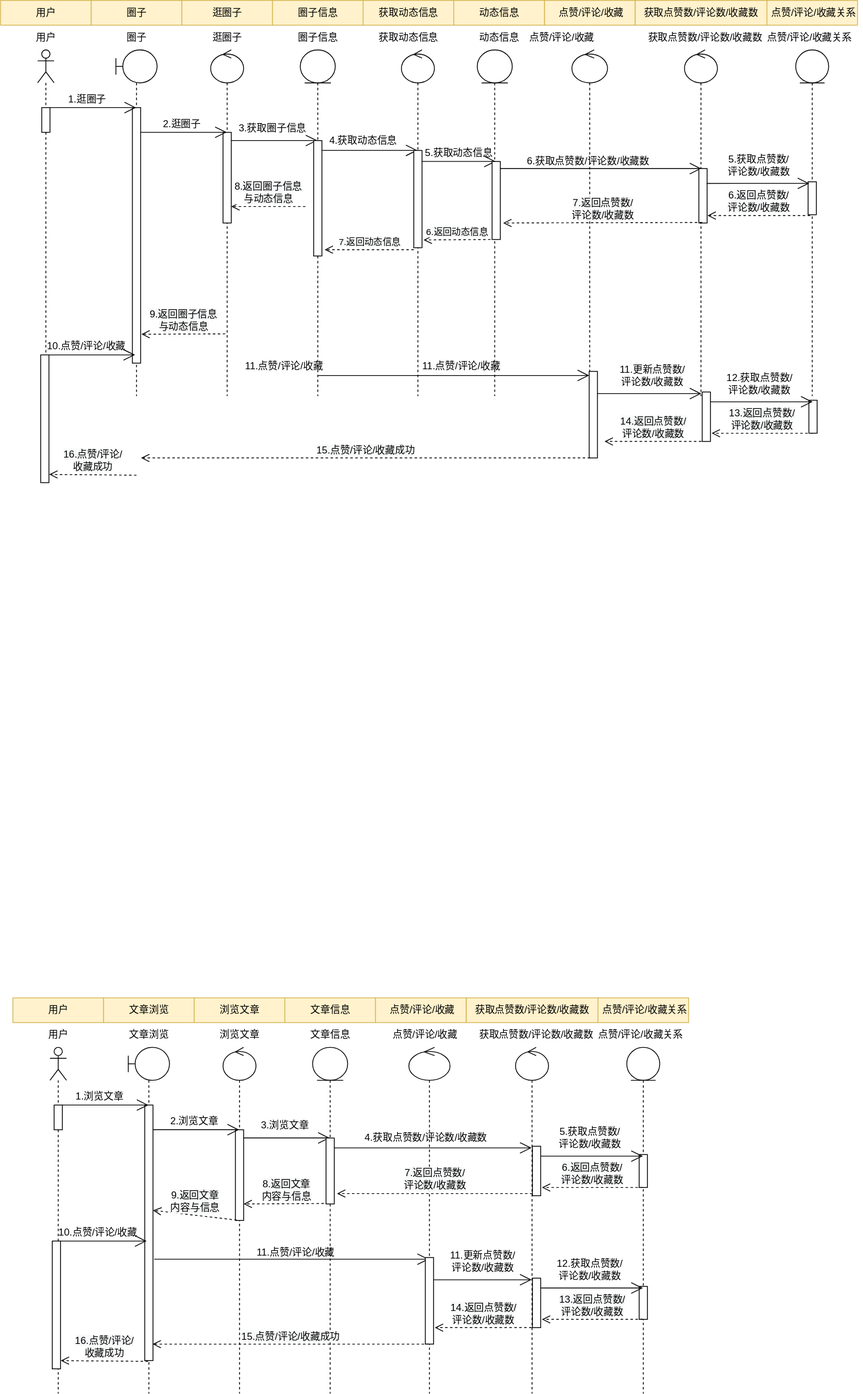
This is 文章浏览序列图.drawio.svg from WuShangMo/SquidGame1, a draw.io export, as it was before one commit. Source tidied: cells renumbered, new cells last; positions are measured from the earlier drawing's top-left corner, leaving out a move shared by most shapes.
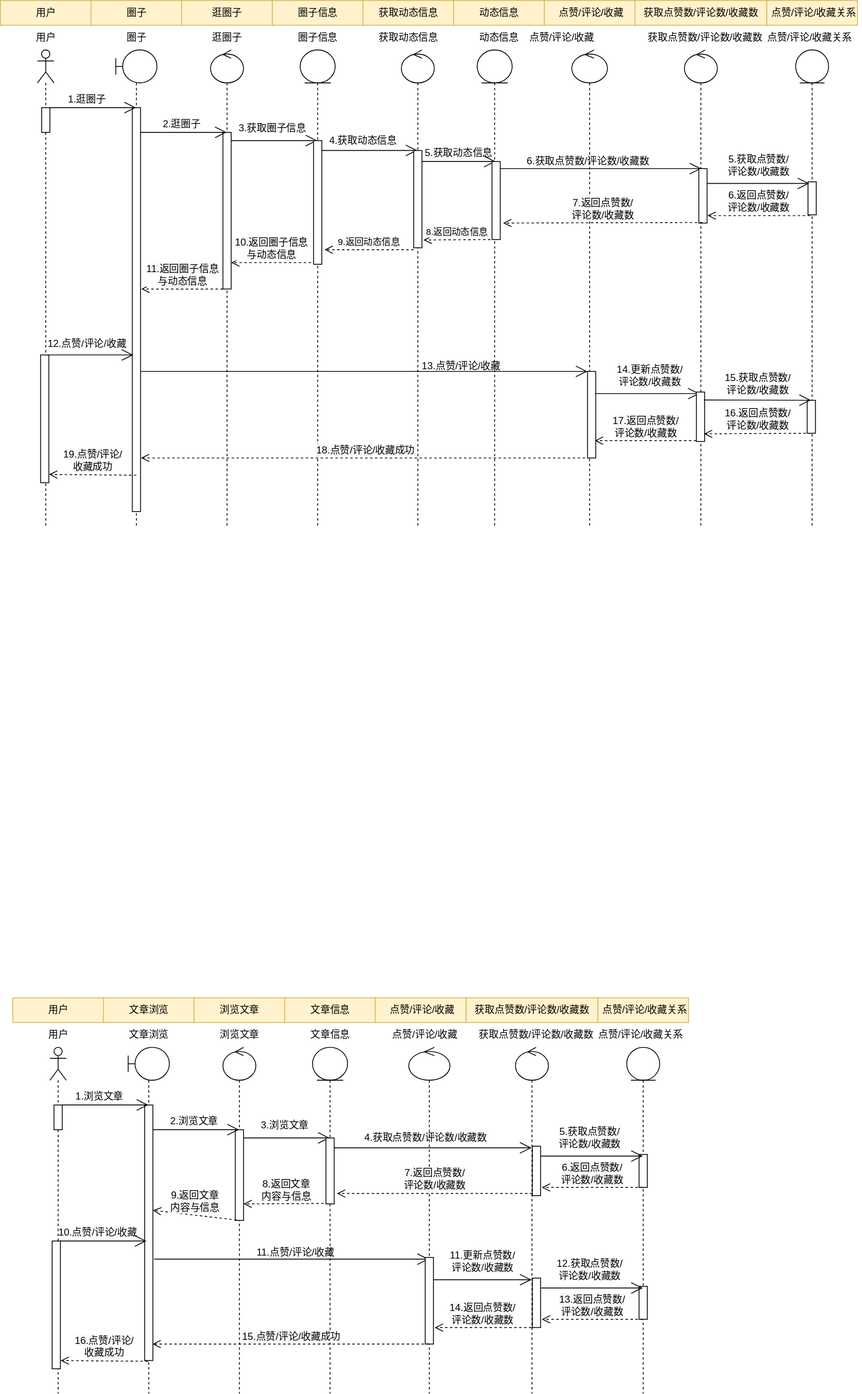
Above is the later version.

Commit message:
更新文章浏览序列图.drawio.svg

Change to the diagram source:
```diff
@@ -24,40 +24,46 @@
       <mxGeometry x="660" width="110" height="30" as="geometry" />
     </mxCell>
     <mxCell id="9" style="shape=umlLifeline;participant=umlBoundary;perimeter=lifelinePerimeter;whiteSpace=wrap;html=1;verticalAlign=top;spacingTop=36;outlineConnect=0;" parent="1" vertex="1">
-      <mxGeometry x="140" y="60" width="50" height="420" as="geometry" />
+      <mxGeometry x="140" y="60" width="50" height="580" as="geometry" />
     </mxCell>
     <mxCell id="10" style="html=1;perimeter=orthogonalPerimeter;" parent="9" vertex="1">
-      <mxGeometry x="20" y="70" width="10" height="310" as="geometry" />
+      <mxGeometry x="20" y="70" width="10" height="490" as="geometry" />
     </mxCell>
     <mxCell id="11" style="shape=umlLifeline;participant=umlControl;perimeter=lifelinePerimeter;whiteSpace=wrap;html=1;verticalAlign=top;spacingTop=36;" parent="1" vertex="1">
-      <mxGeometry x="255" y="60" width="40" height="420" as="geometry" />
+      <mxGeometry x="255" y="60" width="40" height="580" as="geometry" />
     </mxCell>
     <mxCell id="12" style="html=1;perimeter=orthogonalPerimeter;" parent="11" vertex="1">
-      <mxGeometry x="15" y="100" width="10" height="110" as="geometry" />
+      <mxGeometry x="15" y="100" width="10" height="190" as="geometry" />
     </mxCell>
-    <mxCell id="13" value="&lt;span style=&quot;font-size: 12px; background-color: rgb(248, 249, 250);&quot;&gt;8.返回圈子信息&lt;br&gt;与动态信息&lt;br&gt;&lt;/span&gt;" style="html=1;verticalAlign=bottom;endArrow=open;dashed=1;endSize=8;rounded=0;" parent="11" edge="1">
+    <mxCell id="13" value="&lt;span style=&quot;font-size: 12px; background-color: rgb(248, 249, 250);&quot;&gt;10.返回圈子信息&lt;br&gt;与动态信息&lt;br&gt;&lt;/span&gt;" style="html=1;verticalAlign=bottom;endArrow=open;dashed=1;endSize=8;rounded=0;" parent="11" edge="1">
       <mxGeometry relative="1" as="geometry">
-        <mxPoint x="115" y="190" as="sourcePoint" />
-        <mxPoint x="25" y="190" as="targetPoint" />
+        <mxPoint x="122" y="258" as="sourcePoint" />
+        <mxPoint x="25" y="258" as="targetPoint" />
       </mxGeometry>
     </mxCell>
     <mxCell id="14" style="shape=umlLifeline;participant=umlEntity;perimeter=lifelinePerimeter;whiteSpace=wrap;html=1;verticalAlign=top;spacingTop=36;" parent="1" vertex="1">
-      <mxGeometry x="363.8" y="60" width="42.5" height="420" as="geometry" />
+      <mxGeometry x="363.8" y="60" width="42.5" height="580" as="geometry" />
     </mxCell>
     <mxCell id="15" style="shape=umlLifeline;participant=umlControl;perimeter=lifelinePerimeter;whiteSpace=wrap;html=1;verticalAlign=top;spacingTop=36;" parent="1" vertex="1">
-      <mxGeometry x="693.4" y="60" width="43.2" height="420" as="geometry" />
+      <mxGeometry x="693.4" y="60" width="43.2" height="580" as="geometry" />
     </mxCell>
     <mxCell id="16" value="6.获取点赞数/评论数/收藏数" style="text;html=1;align=center;verticalAlign=middle;strokeColor=none;fillColor=none;" parent="15" vertex="1">
       <mxGeometry x="-65.2" y="120" width="170" height="30" as="geometry" />
     </mxCell>
+    <mxCell id="120" value="&lt;span style=&quot;font-size: 12px; background-color: rgb(248, 249, 250);&quot;&gt;17.返回点赞数/&lt;/span&gt;&lt;br style=&quot;font-size: 12px; background-color: rgb(248, 249, 250);&quot;&gt;&lt;span style=&quot;font-size: 12px; background-color: rgb(248, 249, 250);&quot;&gt;评论数/收藏数&lt;/span&gt;" style="html=1;verticalAlign=bottom;endArrow=open;dashed=1;endSize=8;rounded=0;" parent="15" edge="1">
+      <mxGeometry relative="1" as="geometry">
+        <mxPoint x="151.1" y="474" as="sourcePoint" />
+        <mxPoint x="27.9" y="474" as="targetPoint" />
+      </mxGeometry>
+    </mxCell>
     <mxCell id="17" style="shape=umlLifeline;participant=umlEntity;perimeter=lifelinePerimeter;whiteSpace=wrap;html=1;verticalAlign=top;spacingTop=36;" parent="1" vertex="1">
-      <mxGeometry x="965" y="60" width="40" height="420" as="geometry" />
+      <mxGeometry x="965" y="60" width="40" height="580" as="geometry" />
     </mxCell>
     <mxCell id="18" style="html=1;perimeter=orthogonalPerimeter;" parent="17" vertex="1">
       <mxGeometry x="15" y="160" width="10" height="40" as="geometry" />
     </mxCell>
     <mxCell id="19" style="shape=umlLifeline;participant=umlControl;perimeter=lifelinePerimeter;whiteSpace=wrap;html=1;verticalAlign=top;spacingTop=36;" parent="1" vertex="1">
-      <mxGeometry x="830" y="60" width="40" height="420" as="geometry" />
+      <mxGeometry x="830" y="60" width="40" height="580" as="geometry" />
     </mxCell>
     <mxCell id="20" style="endArrow=open;endFill=1;endSize=12;html=1;rounded=0;" parent="19" edge="1" source="103">
       <mxGeometry relative="1" as="geometry">
@@ -83,7 +89,7 @@
       <mxGeometry x="915" y="30" width="130" height="30" as="geometry" />
     </mxCell>
     <mxCell id="27" style="shape=umlLifeline;participant=umlActor;perimeter=lifelinePerimeter;whiteSpace=wrap;html=1;verticalAlign=top;spacingTop=36;" parent="1" vertex="1">
-      <mxGeometry x="45" y="60" width="20" height="420" as="geometry" />
+      <mxGeometry x="45" y="60" width="20" height="580" as="geometry" />
     </mxCell>
     <mxCell id="28" style="html=1;perimeter=orthogonalPerimeter;" parent="27" vertex="1">
       <mxGeometry x="5" y="70" width="10" height="30" as="geometry" />
@@ -118,7 +124,7 @@
       <mxGeometry x="275" y="140" width="110" height="30" as="geometry" />
     </mxCell>
     <mxCell id="36" style="html=1;perimeter=orthogonalPerimeter;" parent="1" vertex="1">
-      <mxGeometry x="380" y="170" width="10" height="140" as="geometry" />
+      <mxGeometry x="380" y="170" width="10" height="150" as="geometry" />
     </mxCell>
     <mxCell id="37" style="endArrow=open;endFill=1;endSize=12;html=1;rounded=0;exitX=1;exitY=0.094;exitDx=0;exitDy=0;exitPerimeter=0;" parent="1" edge="1" target="106">
       <mxGeometry relative="1" as="geometry">
@@ -137,7 +143,7 @@
     <mxCell id="40" value="5.获取点赞数/&lt;br&gt;评论数/收藏数" style="text;html=1;align=center;verticalAlign=middle;strokeColor=none;fillColor=none;" parent="1" vertex="1">
       <mxGeometry x="870" y="180" width="100" height="40" as="geometry" />
     </mxCell>
-    <mxCell id="41" value="&lt;span style=&quot;background-color: rgb(248, 249, 250);&quot;&gt;7.返回动态信息&lt;/span&gt;" style="html=1;verticalAlign=bottom;endArrow=open;dashed=1;endSize=8;rounded=0;entryX=1.333;entryY=0.842;entryDx=0;entryDy=0;entryPerimeter=0;" parent="1" edge="1">
+    <mxCell id="41" value="&lt;span style=&quot;background-color: rgb(248, 249, 250);&quot;&gt;9.返回动态信息&lt;/span&gt;" style="html=1;verticalAlign=bottom;endArrow=open;dashed=1;endSize=8;rounded=0;entryX=1.333;entryY=0.842;entryDx=0;entryDy=0;entryPerimeter=0;" parent="1" edge="1">
       <mxGeometry relative="1" as="geometry">
         <mxPoint x="501.5" y="302.4" as="sourcePoint" />
         <mxPoint x="393.3" y="302.4" as="targetPoint" />
@@ -364,7 +370,7 @@
       <mxGeometry x="570" y="30" width="70" height="30" as="geometry" />
     </mxCell>
     <mxCell id="103" style="shape=umlLifeline;participant=umlEntity;perimeter=lifelinePerimeter;whiteSpace=wrap;html=1;verticalAlign=top;spacingTop=36;outlineConnect=0;" parent="1" vertex="1">
-      <mxGeometry x="578.5" y="60" width="42.5" height="420" as="geometry" />
+      <mxGeometry x="578.5" y="60" width="42.5" height="580" as="geometry" />
     </mxCell>
     <mxCell id="104" style="endArrow=open;endFill=1;endSize=12;html=1;rounded=0;" parent="103" edge="1" source="107">
       <mxGeometry relative="1" as="geometry">
@@ -375,7 +381,7 @@
       <mxGeometry x="18" y="135.4" width="10" height="94.6" as="geometry" />
     </mxCell>
     <mxCell id="106" style="shape=umlLifeline;participant=umlControl;perimeter=lifelinePerimeter;whiteSpace=wrap;html=1;verticalAlign=top;spacingTop=36;outlineConnect=0;" parent="1" vertex="1">
-      <mxGeometry x="486.5" y="60" width="40" height="420" as="geometry" />
+      <mxGeometry x="486.5" y="60" width="40" height="580" as="geometry" />
     </mxCell>
     <mxCell id="107" style="html=1;points=[];perimeter=orthogonalPerimeter;" parent="106" vertex="1">
       <mxGeometry x="15" y="122" width="10" height="118" as="geometry" />
@@ -386,95 +392,78 @@
     <mxCell id="109" value="5.获取动态信息" style="text;html=1;align=center;verticalAlign=middle;strokeColor=none;fillColor=none;" parent="1" vertex="1">
       <mxGeometry x="501" y="170" width="110" height="30" as="geometry" />
     </mxCell>
-    <mxCell id="110" value="&lt;span style=&quot;background-color: rgb(248, 249, 250);&quot;&gt;6.返回动态信息&lt;/span&gt;" style="html=1;verticalAlign=bottom;endArrow=open;dashed=1;endSize=8;rounded=0;entryX=1.188;entryY=0.868;entryDx=0;entryDy=0;entryPerimeter=0;" parent="1" edge="1">
+    <mxCell id="110" value="&lt;span style=&quot;background-color: rgb(248, 249, 250);&quot;&gt;8.返回动态信息&lt;/span&gt;" style="html=1;verticalAlign=bottom;endArrow=open;dashed=1;endSize=8;rounded=0;entryX=1.188;entryY=0.868;entryDx=0;entryDy=0;entryPerimeter=0;" parent="1" edge="1">
       <mxGeometry relative="1" as="geometry">
         <mxPoint x="594.7" y="290" as="sourcePoint" />
         <mxPoint x="513.4" y="290.6" as="targetPoint" />
       </mxGeometry>
     </mxCell>
-    <mxCell id="111" value="11.点赞/评论/收藏" style="text;html=1;align=center;verticalAlign=middle;strokeColor=none;fillColor=none;" parent="1" vertex="1">
-      <mxGeometry x="283.8" y="429" width="120" height="30" as="geometry" />
-    </mxCell>
     <mxCell id="112" style="endArrow=open;endFill=1;endSize=12;html=1;rounded=0;jumpSize=10;" parent="1" edge="1" target="113">
       <mxGeometry relative="1" as="geometry">
-        <mxPoint x="385.4" y="455" as="sourcePoint" />
+        <mxPoint x="170" y="450" as="sourcePoint" />
       </mxGeometry>
     </mxCell>
     <mxCell id="113" style="html=1;points=[];perimeter=orthogonalPerimeter;" parent="1" vertex="1">
-      <mxGeometry x="714.4" y="450" width="10" height="105" as="geometry" />
+      <mxGeometry x="712.4" y="450" width="10" height="105" as="geometry" />
     </mxCell>
     <mxCell id="114" style="html=1;perimeter=orthogonalPerimeter;" parent="1" vertex="1">
-      <mxGeometry x="981" y="485" width="10" height="40" as="geometry" />
+      <mxGeometry x="979" y="485" width="10" height="40" as="geometry" />
     </mxCell>
     <mxCell id="115" style="endArrow=open;endFill=1;endSize=12;html=1;rounded=0;" parent="1" edge="1" source="113">
       <mxGeometry relative="1" as="geometry">
-        <mxPoint x="850.5" y="477" as="targetPoint" />
+        <mxPoint x="848.5" y="477" as="targetPoint" />
       </mxGeometry>
     </mxCell>
     <mxCell id="116" style="html=1;points=[];perimeter=orthogonalPerimeter;" parent="1" vertex="1">
-      <mxGeometry x="851.5" y="475" width="10" height="60" as="geometry" />
+      <mxGeometry x="844.5" y="475" width="10" height="60" as="geometry" />
     </mxCell>
-    <mxCell id="117" style="endArrow=open;endFill=1;endSize=12;html=1;rounded=0;exitX=1;exitY=0.094;exitDx=0;exitDy=0;exitPerimeter=0;" parent="1" edge="1">
+    <mxCell id="117" style="endArrow=open;endFill=1;endSize=12;html=1;rounded=0;exitX=0.914;exitY=0.162;exitDx=0;exitDy=0;exitPerimeter=0;" parent="1" edge="1" source="116">
       <mxGeometry relative="1" as="geometry">
-        <mxPoint x="861.5" y="487" as="sourcePoint" />
-        <mxPoint x="985.5" y="487" as="targetPoint" />
+        <mxPoint x="983.5" y="485" as="targetPoint" />
       </mxGeometry>
     </mxCell>
-    <mxCell id="118" value="12.获取点赞数/&lt;br&gt;评论数/收藏数" style="text;html=1;align=center;verticalAlign=middle;strokeColor=none;fillColor=none;" parent="1" vertex="1">
-      <mxGeometry x="871" y="445" width="100" height="40" as="geometry" />
+    <mxCell id="118" value="15.获取点赞数/&lt;br&gt;评论数/收藏数" style="text;html=1;align=center;verticalAlign=middle;strokeColor=none;fillColor=none;" parent="1" vertex="1">
+      <mxGeometry x="869" y="445" width="100" height="40" as="geometry" />
     </mxCell>
-    <mxCell id="119" value="&lt;span style=&quot;font-size: 12px; background-color: rgb(248, 249, 250);&quot;&gt;13.返回点赞数/&lt;/span&gt;&lt;br style=&quot;font-size: 12px; background-color: rgb(248, 249, 250);&quot;&gt;&lt;span style=&quot;font-size: 12px; background-color: rgb(248, 249, 250);&quot;&gt;评论数/收藏数&lt;/span&gt;" style="html=1;verticalAlign=bottom;endArrow=open;dashed=1;endSize=8;rounded=0;" parent="1" edge="1">
+    <mxCell id="119" value="&lt;span style=&quot;font-size: 12px; background-color: rgb(248, 249, 250);&quot;&gt;16.返回点赞数/&lt;/span&gt;&lt;br style=&quot;font-size: 12px; background-color: rgb(248, 249, 250);&quot;&gt;&lt;span style=&quot;font-size: 12px; background-color: rgb(248, 249, 250);&quot;&gt;评论数/收藏数&lt;/span&gt;" style="html=1;verticalAlign=bottom;endArrow=open;dashed=1;endSize=8;rounded=0;entryX=0.917;entryY=0.846;entryDx=0;entryDy=0;entryPerimeter=0;" parent="1" edge="1" target="116">
       <mxGeometry relative="1" as="geometry">
-        <mxPoint x="985.5" y="525" as="sourcePoint" />
-        <mxPoint x="863" y="525" as="targetPoint" />
+        <mxPoint x="983.5" y="525" as="sourcePoint" />
       </mxGeometry>
     </mxCell>
-    <mxCell id="120" value="&lt;span style=&quot;font-size: 12px; background-color: rgb(248, 249, 250);&quot;&gt;14.返回点赞数/&lt;/span&gt;&lt;br style=&quot;font-size: 12px; background-color: rgb(248, 249, 250);&quot;&gt;&lt;span style=&quot;font-size: 12px; background-color: rgb(248, 249, 250);&quot;&gt;评论数/收藏数&lt;/span&gt;" style="html=1;verticalAlign=bottom;endArrow=open;dashed=1;endSize=8;rounded=0;" parent="1" edge="1">
-      <mxGeometry relative="1" as="geometry">
-        <mxPoint x="850.5" y="535" as="sourcePoint" />
-        <mxPoint x="733" y="535" as="targetPoint" />
-      </mxGeometry>
-    </mxCell>
     <mxCell id="121" value="&lt;span style=&quot;font-size: 12px; background-color: rgb(248, 249, 250);&quot;&gt;6.返回点赞数/&lt;/span&gt;&lt;br style=&quot;font-size: 12px; background-color: rgb(248, 249, 250);&quot;&gt;&lt;span style=&quot;font-size: 12px; background-color: rgb(248, 249, 250);&quot;&gt;评论数/收藏数&lt;/span&gt;" style="html=1;verticalAlign=bottom;endArrow=open;dashed=1;endSize=8;rounded=0;" parent="1" edge="1">
       <mxGeometry relative="1" as="geometry">
         <mxPoint x="982.5" y="261" as="sourcePoint" />
         <mxPoint x="858" y="261" as="targetPoint" />
       </mxGeometry>
     </mxCell>
-    <mxCell id="122" value="&lt;span style=&quot;font-size: 12px; background-color: rgb(248, 249, 250);&quot;&gt;9.返回圈子信息&lt;/span&gt;&lt;br style=&quot;font-size: 12px;&quot;&gt;&lt;span style=&quot;font-size: 12px; background-color: rgb(248, 249, 250);&quot;&gt;与动态信息&lt;/span&gt;" style="html=1;verticalAlign=bottom;endArrow=open;dashed=1;endSize=8;rounded=0;exitX=0.333;exitY=0.992;exitDx=0;exitDy=0;exitPerimeter=0;" parent="1" edge="1">
-      <mxGeometry relative="1" as="geometry">
-        <mxPoint x="272.7" y="404.5" as="sourcePoint" />
-        <mxPoint x="171" y="405" as="targetPoint" />
-      </mxGeometry>
-    </mxCell>
     <mxCell id="123" style="html=1;perimeter=orthogonalPerimeter;" parent="1" vertex="1">
       <mxGeometry x="48.8" y="430" width="10" height="155" as="geometry" />
     </mxCell>
     <mxCell id="124" style="endArrow=open;endFill=1;endSize=12;html=1;rounded=0;" parent="1" edge="1">
       <mxGeometry relative="1" as="geometry">
-        <mxPoint x="58.8" y="430" as="sourcePoint" />
-        <mxPoint x="163.2" y="430" as="targetPoint" />
+        <mxPoint x="56.8" y="430" as="sourcePoint" />
+        <mxPoint x="161.2" y="430" as="targetPoint" />
       </mxGeometry>
     </mxCell>
-    <mxCell id="125" value="10.点赞/评论/收藏" style="text;html=1;align=center;verticalAlign=middle;strokeColor=none;fillColor=none;" parent="1" vertex="1">
-      <mxGeometry x="43.8" y="405" width="120" height="30" as="geometry" />
+    <mxCell id="125" value="12.点赞/评论/收藏" style="text;html=1;align=center;verticalAlign=middle;strokeColor=none;fillColor=none;" parent="1" vertex="1">
+      <mxGeometry x="45" y="402" width="120" height="30" as="geometry" />
     </mxCell>
-    <mxCell id="126" value="11.更新点赞数/&lt;br&gt;评论数/收藏数" style="text;html=1;align=center;verticalAlign=middle;strokeColor=none;fillColor=none;" parent="1" vertex="1">
-      <mxGeometry x="741" y="435" width="100" height="40" as="geometry" />
+    <mxCell id="126" value="14.更新点赞数/&lt;br&gt;评论数/收藏数" style="text;html=1;align=center;verticalAlign=middle;strokeColor=none;fillColor=none;" parent="1" vertex="1">
+      <mxGeometry x="738" y="435" width="100" height="40" as="geometry" />
     </mxCell>
-    <mxCell id="127" value="&lt;span style=&quot;font-size: 12px; background-color: rgb(248, 249, 250);&quot;&gt;15.点赞/评论/收藏成功&lt;/span&gt;" style="html=1;verticalAlign=bottom;endArrow=open;dashed=1;endSize=8;rounded=0;" parent="1" edge="1">
+    <mxCell id="127" value="&lt;span style=&quot;font-size: 12px; background-color: rgb(248, 249, 250);&quot;&gt;18.点赞/评论/收藏成功&lt;/span&gt;" style="html=1;verticalAlign=bottom;endArrow=open;dashed=1;endSize=8;rounded=0;" parent="1" edge="1">
       <mxGeometry relative="1" as="geometry">
         <mxPoint x="715.5" y="555" as="sourcePoint" />
         <mxPoint x="170.5" y="555" as="targetPoint" />
       </mxGeometry>
     </mxCell>
-    <mxCell id="128" value="&lt;span style=&quot;font-size: 12px; background-color: rgb(248, 249, 250);&quot;&gt;16.点赞/评论/&lt;br&gt;收藏成功&lt;/span&gt;" style="html=1;verticalAlign=bottom;endArrow=open;dashed=1;endSize=8;rounded=0;exitX=0.395;exitY=1.003;exitDx=0;exitDy=0;exitPerimeter=0;" parent="1" edge="1">
+    <mxCell id="128" value="&lt;span style=&quot;font-size: 12px; background-color: rgb(248, 249, 250);&quot;&gt;19.点赞/评论/&lt;br&gt;收藏成功&lt;/span&gt;" style="html=1;verticalAlign=bottom;endArrow=open;dashed=1;endSize=8;rounded=0;exitX=0.395;exitY=1.003;exitDx=0;exitDy=0;exitPerimeter=0;" parent="1" edge="1">
       <mxGeometry relative="1" as="geometry">
         <mxPoint x="165" y="575.9" as="sourcePoint" />
         <mxPoint x="59.1" y="575" as="targetPoint" />
       </mxGeometry>
     </mxCell>
-    <mxCell id="129" value="11.点赞/评论/收藏" style="text;html=1;align=center;verticalAlign=middle;strokeColor=none;fillColor=none;" parent="1" vertex="1">
+    <mxCell id="129" value="13.点赞/评论/收藏" style="text;html=1;align=center;verticalAlign=middle;strokeColor=none;fillColor=none;" parent="1" vertex="1">
       <mxGeometry x="498.5" y="429" width="120" height="30" as="geometry" />
     </mxCell>
     <mxCell id="130" value="&lt;span style=&quot;font-size: 12px; background-color: rgb(248, 249, 250);&quot;&gt;7.返回点赞数/&lt;/span&gt;&lt;br style=&quot;font-size: 12px; background-color: rgb(248, 249, 250);&quot;&gt;&lt;span style=&quot;font-size: 12px; background-color: rgb(248, 249, 250);&quot;&gt;评论数/收藏数&lt;/span&gt;" style="html=1;verticalAlign=bottom;endArrow=open;dashed=1;endSize=8;rounded=0;" parent="1" edge="1">
@@ -483,5 +472,11 @@
         <mxPoint x="610" y="270" as="targetPoint" />
       </mxGeometry>
     </mxCell>
+    <mxCell id="131" value="&lt;span style=&quot;font-size: 12px; background-color: rgb(248, 249, 250);&quot;&gt;11.返回圈子信息&lt;br&gt;与动态信息&lt;br&gt;&lt;/span&gt;" style="html=1;verticalAlign=bottom;endArrow=open;dashed=1;endSize=8;rounded=0;" parent="1" edge="1">
+      <mxGeometry relative="1" as="geometry">
+        <mxPoint x="270" y="350" as="sourcePoint" />
+        <mxPoint x="171" y="350" as="targetPoint" />
+      </mxGeometry>
+    </mxCell>
   </root>
 </mxGraphModel>
```
